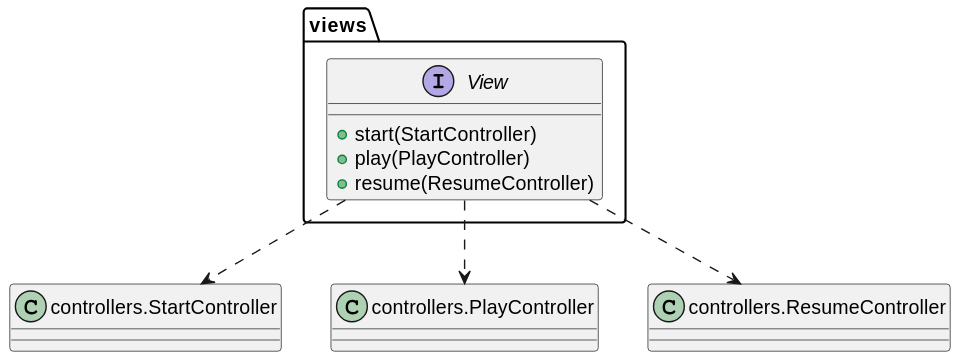
Above: out/connect4/Docs/diagrams/src/packages/connect4.connect4.views/connect4.connect4.views.svg in js-rom/connect4 (PlantUML), before the change.
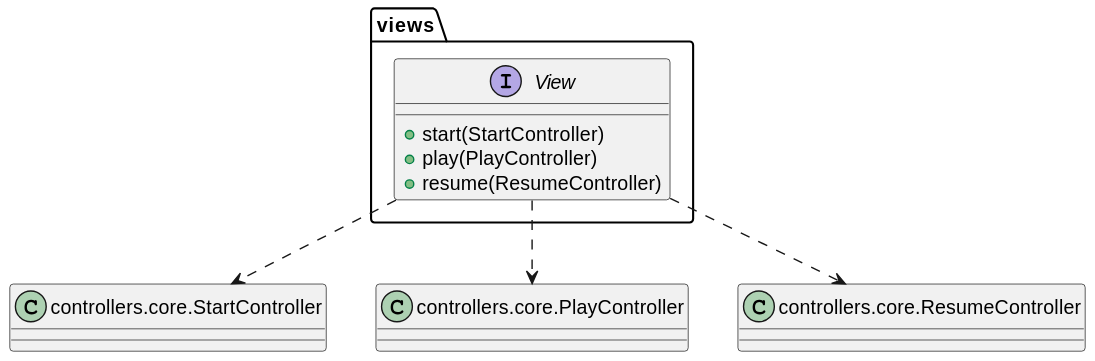
The same file after the commit.

The edit, as a diff of the source:
```diff
@@ -1,8 +1,8 @@
 @startuml
 interface views.View
-class StartController as "controllers.StartController"
-class PlayController as "controllers.PlayController"
-class ResumeController as "controllers.ResumeController"
+class StartController as "controllers.core.StartController"
+class PlayController as "controllers.core.PlayController"
+class ResumeController as "controllers.core.ResumeController"
 
 View : +start(StartController)
 View : +play(PlayController)
```
